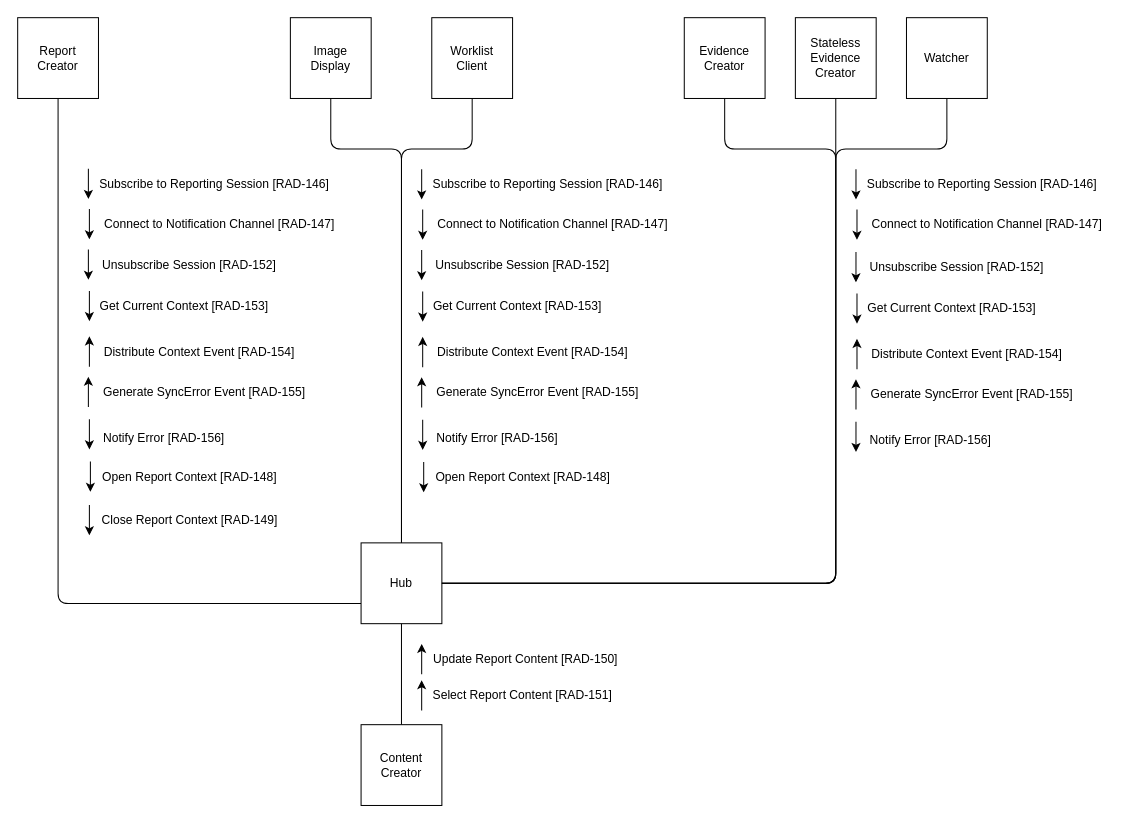
This is input/images-source/actor_transaction.drawio from IHE/RAD.IRA, a draw.io file, before an edit. Source tidied: cells renumbered, new cells numbered last; positions are measured from the earlier drawing's top-left corner, leaving out a move shared by most shapes. Both pictures are drawn from the tidied source at 101%, with x=0, y=0 at pixel (17, 17).
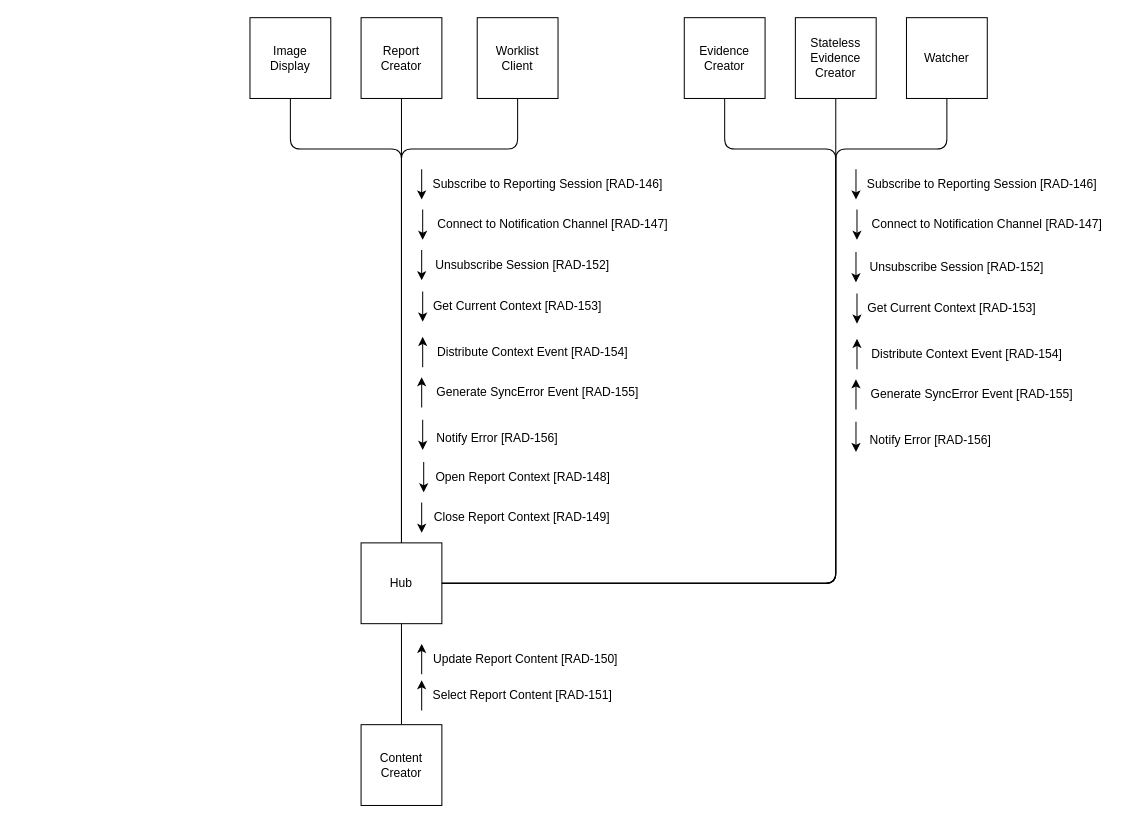
After the change.

Commit message (it also covers changes not shown here):
Added back Close Report Context transaction to Image Display and Worklist Client

The change refers to these unchanged cells:
```xml
<mxCell id="8" value="Hub" style="whiteSpace=wrap;html=1;" parent="1" vertex="1">
  <mxGeometry x="340" y="520" width="80" height="80" as="geometry" />
</mxCell>
```

Change to the diagram source:
```diff
@@
-    <mxCell id="2" style="edgeStyle=none;html=1;exitX=0.5;exitY=1;exitDx=0;exitDy=0;entryX=0;entryY=0.75;entryDx=0;entryDy=0;endArrow=none;endFill=0;" parent="1" edge="1" source="3" target="8">
+    <mxCell id="2" style="edgeStyle=none;html=1;exitX=0.5;exitY=1;exitDx=0;exitDy=0;entryX=0.5;entryY=0;entryDx=0;entryDy=0;endArrow=none;endFill=0;" parent="1" edge="1" source="3" target="8">
       <mxGeometry relative="1" as="geometry">
         <Array as="points">
-          <mxPoint x="40" y="130" />
-          <mxPoint x="40" y="580" />
+          <mxPoint x="380" y="120" />
         </Array>
       </mxGeometry>
     </mxCell>
     <mxCell id="3" value="Report Creator" style="whiteSpace=wrap;html=1;" parent="1" vertex="1">
-      <mxGeometry width="80" height="80" as="geometry" />
+      <mxGeometry x="340" width="80" height="80" as="geometry" />
     </mxCell>
     <mxCell id="4" style="edgeStyle=none;html=1;exitX=0.5;exitY=1;exitDx=0;exitDy=0;entryX=0.5;entryY=0;entryDx=0;entryDy=0;endArrow=none;endFill=0;" parent="1" edge="1" source="5" target="8">
       <mxGeometry relative="1" as="geometry">
         <Array as="points">
-          <mxPoint x="310" y="130" />
+          <mxPoint x="270" y="130" />
           <mxPoint x="380" y="130" />
         </Array>
       </mxGeometry>
     </mxCell>
     <mxCell id="5" value="Image&lt;br&gt;Display" style="whiteSpace=wrap;html=1;" parent="1" vertex="1">
-      <mxGeometry x="270" width="80" height="80" as="geometry" />
+      <mxGeometry x="230" width="80" height="80" as="geometry" />
     </mxCell>
     <mxCell id="6" style="edgeStyle=none;html=1;exitX=0.5;exitY=1;exitDx=0;exitDy=0;entryX=0.5;entryY=0;entryDx=0;entryDy=0;endArrow=none;endFill=0;" parent="1" edge="1" source="7" target="8">
       <mxGeometry relative="1" as="geometry">
         <Array as="points">
-          <mxPoint x="450" y="130" />
+          <mxPoint x="495" y="130" />
           <mxPoint x="380" y="130" />
         </Array>
       </mxGeometry>
     </mxCell>
     <mxCell id="7" value="Worklist&lt;br&gt;Client" style="whiteSpace=wrap;html=1;" parent="1" vertex="1">
-      <mxGeometry x="410" width="80" height="80" as="geometry" />
+      <mxGeometry x="455" width="80" height="80" as="geometry" />
     </mxCell>
@@
-    <mxCell id="46" value="Notify Error [RAD-156]" style="text;html=1;strokeColor=none;fillColor=none;align=center;verticalAlign=middle;whiteSpace=wrap;rounded=0;" parent="1" vertex="1">
-      <mxGeometry x="80" y="401.5" width="130" height="30" as="geometry" />
-    </mxCell>
-    <mxCell id="47" style="endArrow=classic;html=1;rounded=0;startArrow=none;startFill=0;endFill=1;" parent="1" edge="1">
-      <mxGeometry relative="1" as="geometry">
-        <mxPoint x="70" y="149.5" as="sourcePoint" />
-        <mxPoint x="70" y="179.5" as="targetPoint" />
-      </mxGeometry>
-    </mxCell>
-    <mxCell id="48" value="Subscribe to Reporting Session [RAD-146]" style="text;html=1;strokeColor=none;fillColor=none;align=center;verticalAlign=middle;whiteSpace=wrap;rounded=0;" parent="1" vertex="1">
-      <mxGeometry x="80" y="149.5" width="230" height="30" as="geometry" />
-    </mxCell>
-    <mxCell id="49" style="endArrow=none;html=1;rounded=0;startArrow=classic;startFill=1;endFill=0;" parent="1" edge="1">
-      <mxGeometry relative="1" as="geometry">
-        <mxPoint x="71" y="315.5" as="sourcePoint" />
-        <mxPoint x="71" y="345.5" as="targetPoint" />
-      </mxGeometry>
-    </mxCell>
-    <mxCell id="50" value="Distribute Context Event [RAD-154]" style="text;html=1;strokeColor=none;fillColor=none;align=center;verticalAlign=middle;whiteSpace=wrap;rounded=0;" parent="1" vertex="1">
-      <mxGeometry x="80" y="315.5" width="200" height="30" as="geometry" />
-    </mxCell>
-    <mxCell id="51" style="endArrow=classic;html=1;rounded=0;" parent="1" edge="1">
-      <mxGeometry relative="1" as="geometry">
-        <mxPoint x="71" y="189.5" as="sourcePoint" />
-        <mxPoint x="71" y="219.5" as="targetPoint" />
-      </mxGeometry>
-    </mxCell>
-    <mxCell id="52" value="Connect to Notification Channel [RAD-147]" style="text;html=1;strokeColor=none;fillColor=none;align=center;verticalAlign=middle;whiteSpace=wrap;rounded=0;" parent="1" vertex="1">
-      <mxGeometry x="80" y="189.5" width="240" height="30" as="geometry" />
-    </mxCell>
     <mxCell id="53" style="endArrow=classic;html=1;rounded=0;" parent="1" edge="1">
       <mxGeometry relative="1" as="geometry">
-        <mxPoint x="71" y="482.5" as="sourcePoint" />
-        <mxPoint x="71" y="512.5" as="targetPoint" />
+        <mxPoint x="400" y="480" as="sourcePoint" />
+        <mxPoint x="400" y="510" as="targetPoint" />
       </mxGeometry>
     </mxCell>
     <mxCell id="54" value="Close Report Context [RAD-149]" style="text;html=1;strokeColor=none;fillColor=none;align=center;verticalAlign=middle;whiteSpace=wrap;rounded=0;" parent="1" vertex="1">
-      <mxGeometry x="81" y="482.5" width="179" height="30" as="geometry" />
+      <mxGeometry x="410" y="480" width="179" height="30" as="geometry" />
     </mxCell>
-    <mxCell id="55" style="endArrow=classic;html=1;rounded=0;startArrow=none;startFill=0;endFill=1;" parent="1" edge="1">
-      <mxGeometry relative="1" as="geometry">
-        <mxPoint x="71" y="270.5" as="sourcePoint" />
-        <mxPoint x="71" y="300.5" as="targetPoint" />
-      </mxGeometry>
-    </mxCell>
-    <mxCell id="56" value="Get Current Context [RAD-153]" style="text;html=1;strokeColor=none;fillColor=none;align=center;verticalAlign=middle;whiteSpace=wrap;rounded=0;" parent="1" vertex="1">
-      <mxGeometry x="80" y="270.5" width="170" height="30" as="geometry" />
-    </mxCell>
-    <mxCell id="57" style="endArrow=none;html=1;rounded=0;startArrow=classic;startFill=1;endFill=0;" parent="1" edge="1">
-      <mxGeometry relative="1" as="geometry">
-        <mxPoint x="70" y="355.5" as="sourcePoint" />
-        <mxPoint x="70" y="385.5" as="targetPoint" />
-      </mxGeometry>
-    </mxCell>
-    <mxCell id="58" value="Generate SyncError Event [RAD-155]" style="text;html=1;strokeColor=none;fillColor=none;align=center;verticalAlign=middle;whiteSpace=wrap;rounded=0;" parent="1" vertex="1">
-      <mxGeometry x="80" y="355.5" width="210" height="30" as="geometry" />
-    </mxCell>
-    <mxCell id="59" style="endArrow=classic;html=1;rounded=0;startArrow=none;startFill=0;endFill=1;" parent="1" edge="1">
-      <mxGeometry relative="1" as="geometry">
-        <mxPoint x="70" y="229.5" as="sourcePoint" />
-        <mxPoint x="70" y="259.5" as="targetPoint" />
-      </mxGeometry>
-    </mxCell>
-    <mxCell id="60" value="Unsubscribe Session [RAD-152]" style="text;html=1;strokeColor=none;fillColor=none;align=center;verticalAlign=middle;whiteSpace=wrap;rounded=0;" parent="1" vertex="1">
-      <mxGeometry x="80" y="229.5" width="180" height="30" as="geometry" />
-    </mxCell>
-    <mxCell id="61" style="endArrow=classic;html=1;rounded=0;" parent="1" edge="1">
-      <mxGeometry relative="1" as="geometry">
-        <mxPoint x="72" y="439.5" as="sourcePoint" />
-        <mxPoint x="72" y="469.5" as="targetPoint" />
-      </mxGeometry>
-    </mxCell>
-    <mxCell id="62" value="Open Report Context [RAD-148]" style="text;html=1;strokeColor=none;fillColor=none;align=center;verticalAlign=middle;whiteSpace=wrap;rounded=0;" parent="1" vertex="1">
-      <mxGeometry x="81" y="439.5" width="179" height="30" as="geometry" />
-    </mxCell>
-    <mxCell id="63" style="endArrow=classic;html=1;rounded=0;startArrow=none;startFill=0;endFill=1;" parent="1" edge="1">
-      <mxGeometry relative="1" as="geometry">
-        <mxPoint x="71" y="397.5" as="sourcePoint" />
-        <mxPoint x="71" y="427.5" as="targetPoint" />
-      </mxGeometry>
-    </mxCell>
```
